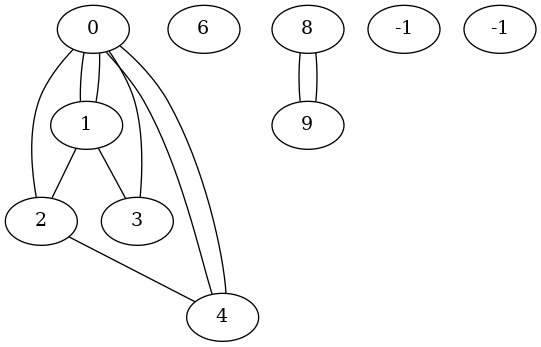
Before: saida.dot.png, a diagram exported from Graphviz (Luiz-Oliveiraa/projeto_Grafos). Its source is kept beside it as saida.dot.
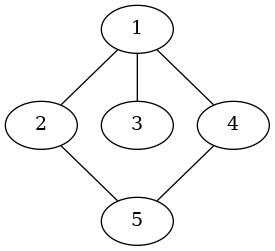
After the commit.

Change to the diagram source:
```diff
@@ -1,3 +1,23 @@
+graph grafo{
+	0[label="1"]
+	1[label="2"]
+	2[label="3"]
+	3[label="4"]
+	4[label="5"]
+
+	0 -- 1
+	0 -- 2
+	0 -- 3
+	1 -- 4
+	3 -- 4
+
+}
+graph grafo{
+
+
+}
+
+
 graph grafo{
 	0[label="0"]
 	1[label="1"]
```
